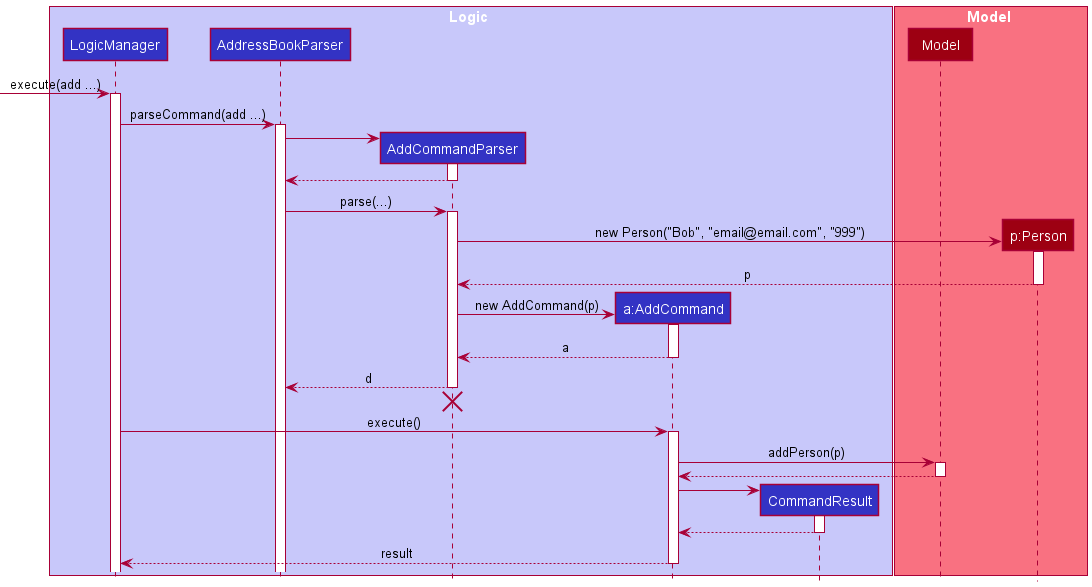
Before: docs/images/AddSequenceDiagram.png, a diagram exported from PlantUML (pranav-ganesh/tp).
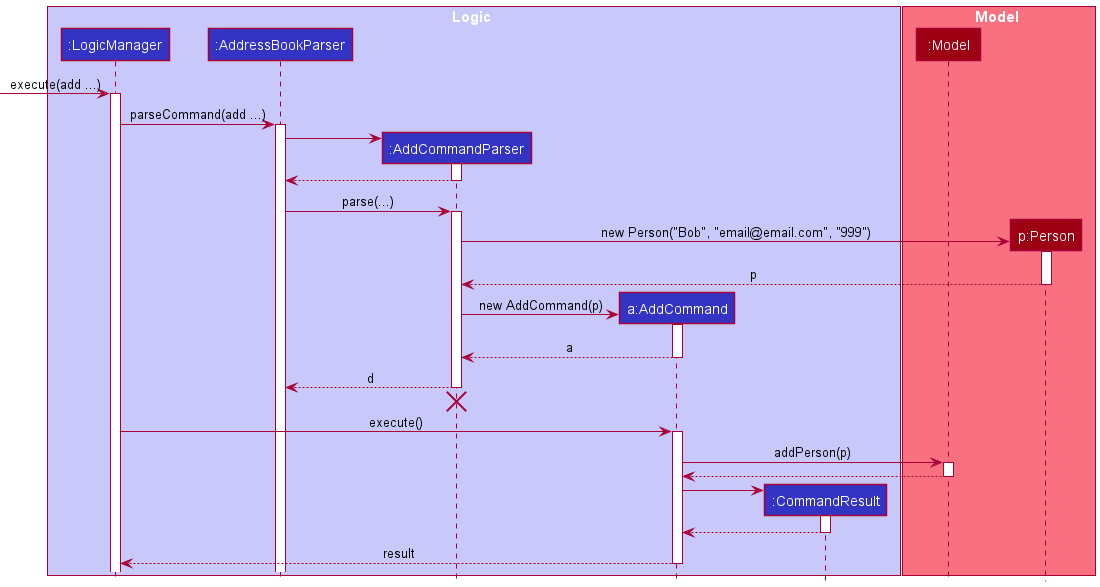
After the commit.

Change to the diagram source:
```diff
@@ -2,15 +2,15 @@
 !include style.puml
 
 box Logic LOGIC_COLOR_T1
-participant LogicManager LOGIC_COLOR
-participant AddressBookParser LOGIC_COLOR
-participant AddCommandParser LOGIC_COLOR
+participant ":LogicManager" as LogicManager LOGIC_COLOR
+participant ":AddressBookParser" as AddressBookParser LOGIC_COLOR
+participant ":AddCommandParser" as AddCommandParser LOGIC_COLOR
 participant "a:AddCommand" as AddCommand LOGIC_COLOR
-participant CommandResult LOGIC_COLOR
+participant ":CommandResult" as CommandResult LOGIC_COLOR
 end box
 
 box Model MODEL_COLOR_T1
-participant Model MODEL_COLOR
+participant ":Model" as Model MODEL_COLOR
 participant "p:Person" as Person MODEL_COLOR
 end box
 
```
